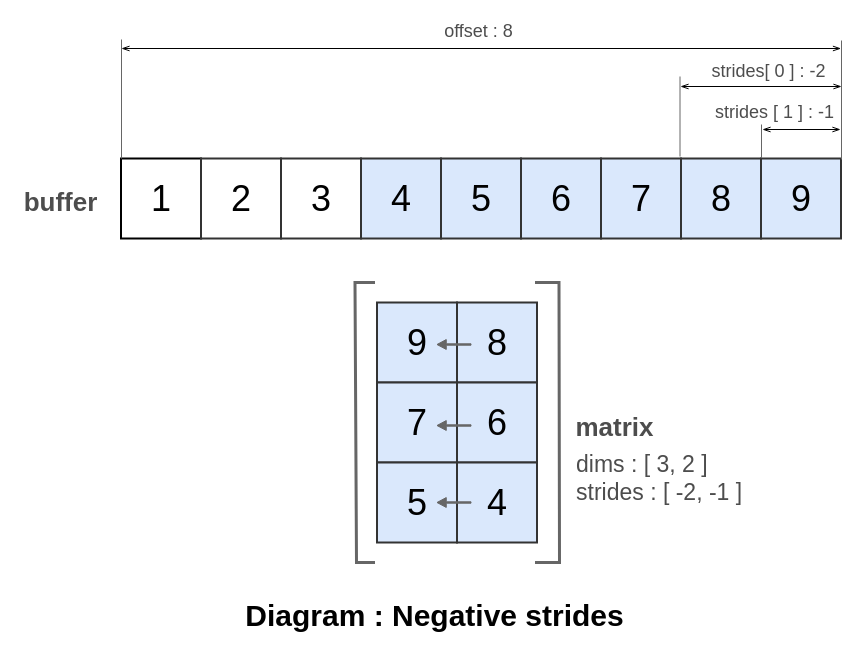
Above: page "NegativeStrides" (7 of 8) of doc/img/Matrix.drawio in Wandalen/wMathMatrix (draw.io), before the change. Source tidied: cells renumbered, new cells numbered last; positions are measured from the earlier drawing's top-left corner, leaving out a move shared by most shapes. Both pictures are drawn from the tidied source at 100%, with x=0, y=0 at pixel (17, 17).
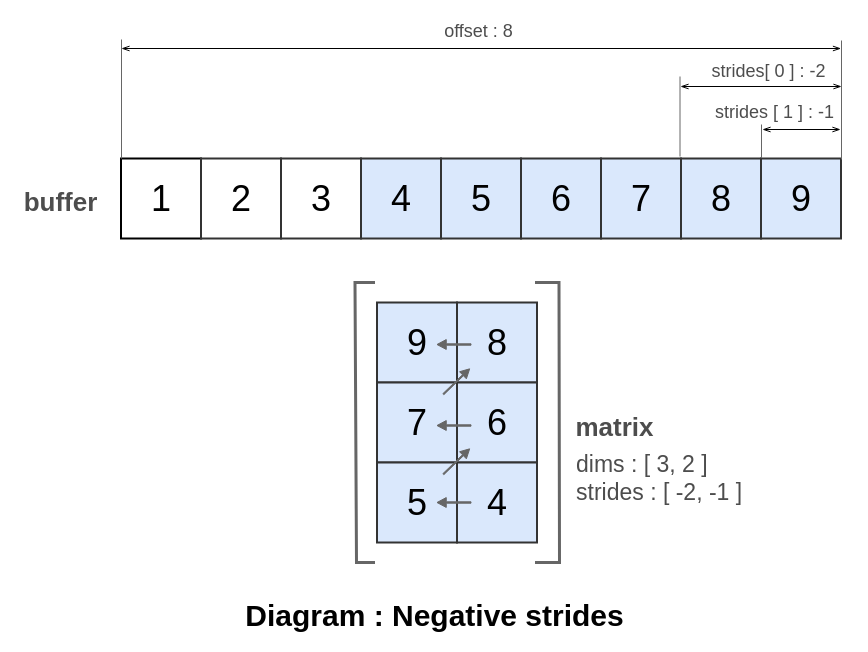
The same diagram, later.

Change to the diagram source:
```diff
@@
+    <mxCell id="36" style="shape=flexArrow;endArrow=classic;html=1;width=1.3548387096774193;endSize=2.7529032258064516;endWidth=7.460978147762747;fillColor=#666666;strokeColor=#666666;" parent="1" edge="1">
+      <mxGeometry relative="1" as="geometry">
+        <mxPoint x="425.5" y="377" as="sourcePoint" />
+        <mxPoint x="452.5" y="351" as="targetPoint" />
+      </mxGeometry>
+    </mxCell>
+    <mxCell id="37" style="shape=flexArrow;endArrow=classic;html=1;width=1.3548387096774193;endSize=2.7529032258064516;endWidth=7.460978147762747;fillColor=#666666;strokeColor=#666666;" parent="1" edge="1">
+      <mxGeometry relative="1" as="geometry">
+        <mxPoint x="425.5" y="457" as="sourcePoint" />
+        <mxPoint x="452.5" y="431" as="targetPoint" />
+      </mxGeometry>
+    </mxCell>
```
